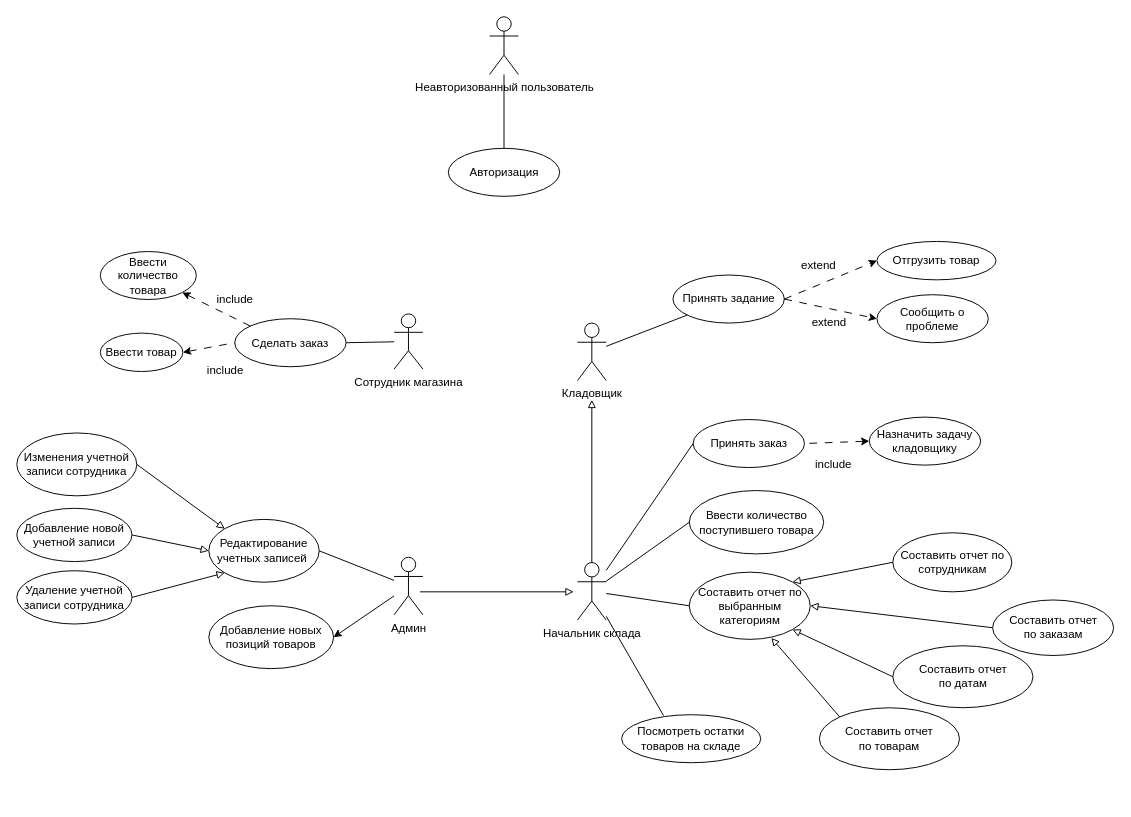
Sumeruk/TP-4-5 keeps this draw.io diagram as Диаграммы/Диаграмма прецедентов/Usecase.drawio. Above is the earlier version. Source tidied: cells renumbered, new cells numbered last; positions are measured from the earlier drawing's top-left corner, leaving out a move shared by most shapes. Both pictures are drawn from the tidied source at 96%, with x=0, y=0 at pixel (16, 16).
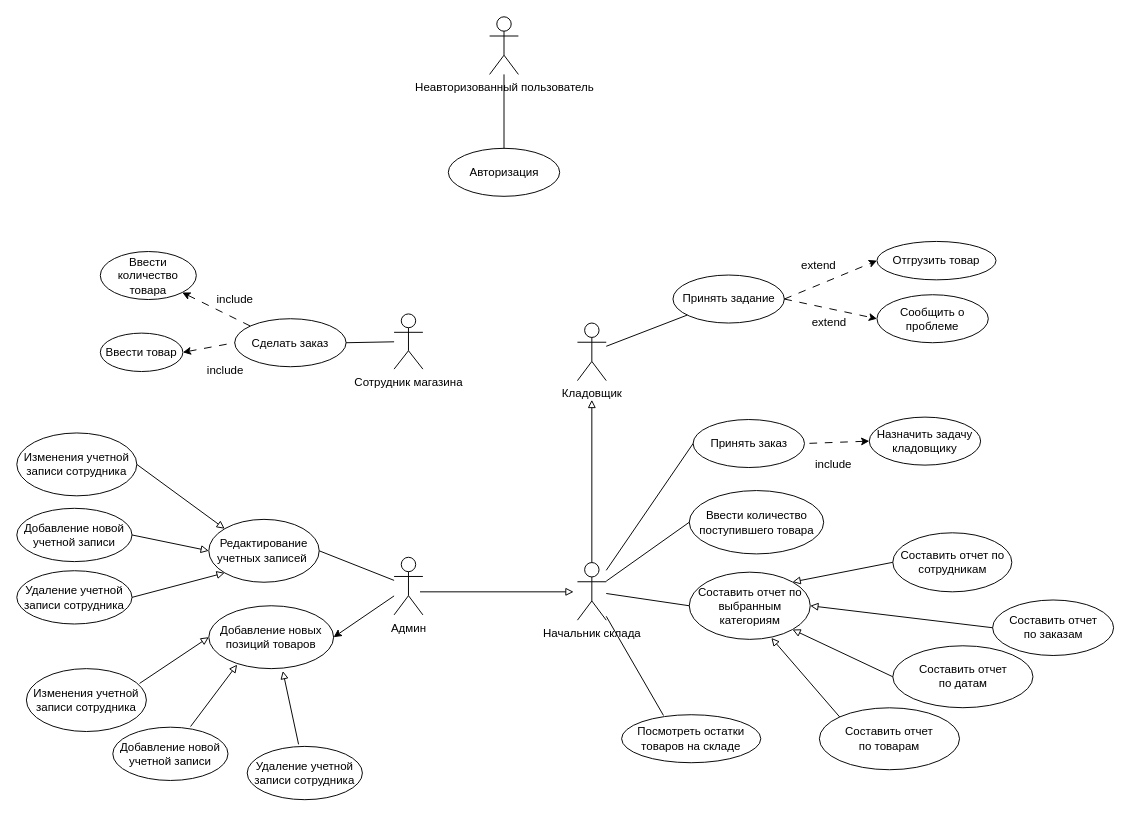
Above is the later version.

Commit message (it also covers changes not shown here):
update use case

The change refers to these unchanged cells:
```xml
<mxCell id="18" value="Добавление новых позиций товаров" style="ellipse;whiteSpace=wrap;html=1;" parent="1" vertex="1">
  <mxGeometry x="200" y="613.5" width="130" height="65.5" as="geometry" />
</mxCell>
```

What changed in the source:
```diff
@@
+    <mxCell id="57" value="Изменения учетной записи сотрудника" style="ellipse;whiteSpace=wrap;html=1;" parent="1" vertex="1">
+      <mxGeometry x="10" y="679" width="125" height="65.5" as="geometry" />
+    </mxCell>
+    <mxCell id="58" value="Добавление новой учетной записи" style="ellipse;whiteSpace=wrap;html=1;" parent="1" vertex="1">
+      <mxGeometry x="100" y="740" width="120" height="55.5" as="geometry" />
+    </mxCell>
+    <mxCell id="59" value="Удаление учетной записи сотрудника" style="ellipse;whiteSpace=wrap;html=1;" parent="1" vertex="1">
+      <mxGeometry x="240" y="760" width="120" height="55.5" as="geometry" />
+    </mxCell>
+    <mxCell id="60" style="endArrow=none;html=1;rounded=0;exitX=0;exitY=0.5;exitDx=0;exitDy=0;entryX=0.943;entryY=0.235;entryDx=0;entryDy=0;startArrow=block;startFill=0;entryPerimeter=0;" parent="1" edge="1" source="18" target="57">
+      <mxGeometry relative="1" as="geometry" />
+    </mxCell>
+    <mxCell id="61" style="endArrow=none;html=1;rounded=0;exitX=0.227;exitY=0.936;exitDx=0;exitDy=0;entryX=0.675;entryY=-0.012;entryDx=0;entryDy=0;startArrow=block;startFill=0;entryPerimeter=0;exitPerimeter=0;" parent="1" edge="1" source="18" target="58">
+      <mxGeometry relative="1" as="geometry" />
+    </mxCell>
+    <mxCell id="62" style="endArrow=none;html=1;rounded=0;exitX=0.593;exitY=1.038;exitDx=0;exitDy=0;entryX=0.446;entryY=-0.038;entryDx=0;entryDy=0;startArrow=block;startFill=0;entryPerimeter=0;exitPerimeter=0;" parent="1" edge="1" source="18" target="59">
+      <mxGeometry relative="1" as="geometry" />
+    </mxCell>
```
